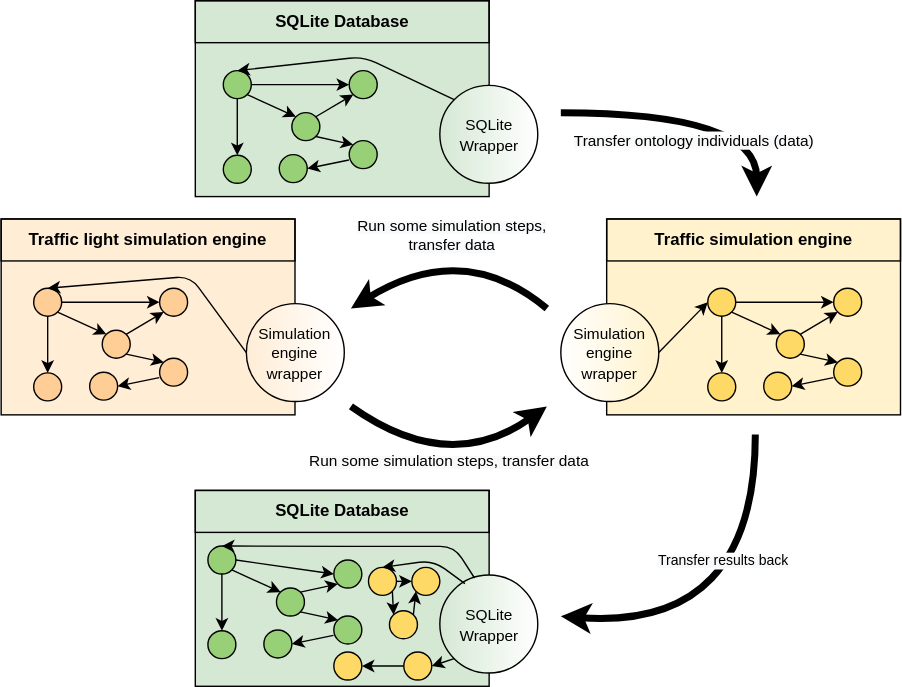
Earlier version of the draw.io export docs/source/_static/img/wrappers_coupled.svg (simphony/docs). Source tidied: cells renumbered, new cells last; positions are measured from the earlier drawing's top-left corner, leaving out a move shared by most shapes.
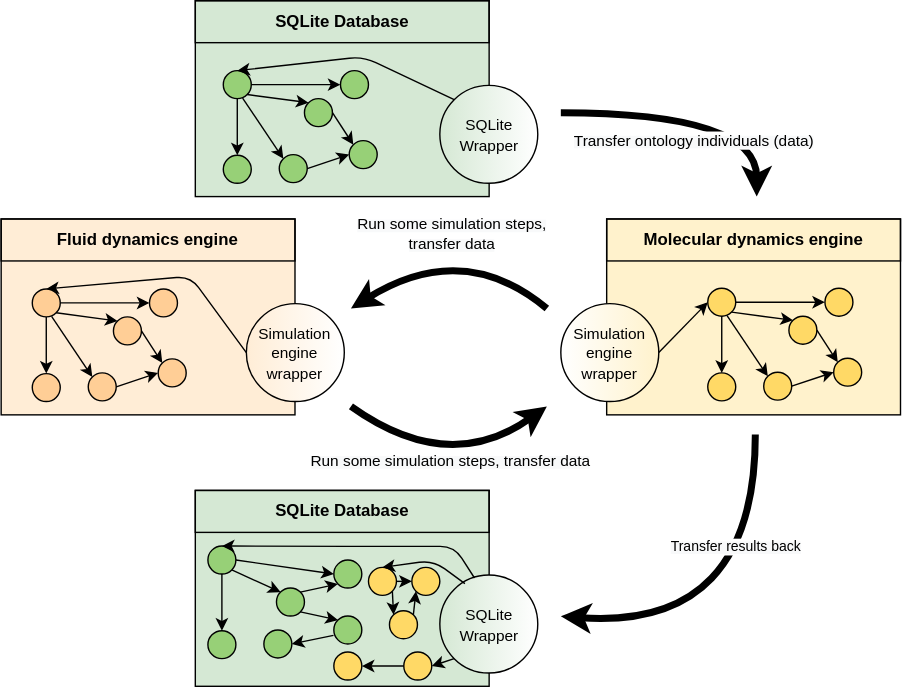
The same diagram one commit later.

What changed in the source:
```diff
@@ -17,14 +17,14 @@
     <mxCell id="6" value="SQLite Database" style="text;html=1;align=center;verticalAlign=middle;whiteSpace=wrap;rounded=0;labelBackgroundColor=none;fontStyle=1;strokeColor=#000000;" parent="1" vertex="1">
       <mxGeometry x="138.8" width="210" height="30" as="geometry" />
     </mxCell>
-    <mxCell id="7" value="Traffic simulation engine" style="text;html=1;align=center;verticalAlign=middle;whiteSpace=wrap;rounded=0;labelBackgroundColor=none;fontStyle=1;strokeColor=#000000;" parent="1" vertex="1">
+    <mxCell id="7" value="Molecular dynamics engine" style="text;html=1;align=center;verticalAlign=middle;whiteSpace=wrap;rounded=0;labelBackgroundColor=none;fontStyle=1;strokeColor=#000000;" parent="1" vertex="1">
       <mxGeometry x="432.8" y="156" width="210" height="30" as="geometry" />
     </mxCell>
     <mxCell id="8" value="&lt;font style=&quot;font-size: 11px&quot;&gt;SQLite Wrapper&lt;/font&gt;" style="ellipse;whiteSpace=wrap;html=1;gradientDirection=west;gradientColor=#D5E8D4;fillColor=#FFFFFF;" parent="1" vertex="1">
       <mxGeometry x="313.5" y="60.5" width="70" height="70" as="geometry" />
     </mxCell>
     <mxCell id="9" style="ellipse;whiteSpace=wrap;html=1;fillColor=#97D077;" parent="1" vertex="1">
-      <mxGeometry x="248.8" y="50" width="20" height="20" as="geometry" />
+      <mxGeometry x="242.5" y="50" width="20" height="20" as="geometry" />
     </mxCell>
     <mxCell id="10" style="ellipse;whiteSpace=wrap;html=1;fillColor=#97D077;" parent="1" vertex="1">
       <mxGeometry x="198.8" y="110" width="20" height="20" as="geometry" />
@@ -33,7 +33,7 @@
       <mxGeometry x="248.8" y="100" width="20" height="20" as="geometry" />
     </mxCell>
     <mxCell id="12" style="ellipse;whiteSpace=wrap;html=1;fillColor=#97D077;" parent="1" vertex="1">
-      <mxGeometry x="207.8" y="80" width="20" height="20" as="geometry" />
+      <mxGeometry x="216.8" y="70" width="20" height="20" as="geometry" />
     </mxCell>
     <mxCell id="13" style="ellipse;whiteSpace=wrap;html=1;fillColor=#97D077;" parent="1" vertex="1">
       <mxGeometry x="158.8" y="110.5" width="20" height="20" as="geometry" />
@@ -44,10 +44,10 @@
     <mxCell id="15" style="endArrow=classic;html=1;exitX=1;exitY=0.5;exitDx=0;exitDy=0;entryX=0;entryY=0.5;entryDx=0;entryDy=0;" parent="1" edge="1" source="4" target="9">
       <mxGeometry relative="1" as="geometry" />
     </mxCell>
-    <mxCell id="16" style="endArrow=classic;html=1;exitX=1;exitY=0;exitDx=0;exitDy=0;entryX=0;entryY=1;entryDx=0;entryDy=0;" parent="1" edge="1" source="12" target="9">
+    <mxCell id="16" style="endArrow=classic;html=1;exitX=1;exitY=0.5;exitDx=0;exitDy=0;entryX=0;entryY=0;entryDx=0;entryDy=0;" parent="1" edge="1" source="12" target="11">
       <mxGeometry relative="1" as="geometry" />
     </mxCell>
-    <mxCell id="17" style="endArrow=classic;html=1;exitX=1;exitY=1;exitDx=0;exitDy=0;entryX=0;entryY=0;entryDx=0;entryDy=0;" parent="1" edge="1" source="12" target="11">
+    <mxCell id="17" style="endArrow=classic;html=1;exitX=0.69;exitY=0.981;exitDx=0;exitDy=0;entryX=0;entryY=0;entryDx=0;entryDy=0;exitPerimeter=0;" parent="1" edge="1" source="4" target="10">
       <mxGeometry relative="1" as="geometry" />
     </mxCell>
     <mxCell id="18" style="endArrow=classic;html=1;fontSize=6;exitX=0.5;exitY=1;exitDx=0;exitDy=0;entryX=0.5;entryY=0;entryDx=0;entryDy=0;" parent="1" edge="1" source="4" target="13">
@@ -60,45 +60,9 @@
         </Array>
       </mxGeometry>
     </mxCell>
-    <mxCell id="20" style="endArrow=classic;html=1;fontSize=6;entryX=1;entryY=0.5;entryDx=0;entryDy=0;exitX=-0.012;exitY=0.693;exitDx=0;exitDy=0;exitPerimeter=0;" parent="1" edge="1" source="11" target="10">
+    <mxCell id="20" style="endArrow=classic;html=1;fontSize=6;entryX=0;entryY=0.5;entryDx=0;entryDy=0;exitX=1;exitY=0.5;exitDx=0;exitDy=0;" parent="1" edge="1" source="10" target="11">
       <mxGeometry relative="1" as="geometry" />
     </mxCell>
-    <mxCell id="21" style="ellipse;whiteSpace=wrap;html=1;fillColor=#FFD966;" parent="1" vertex="1">
-      <mxGeometry x="505" y="205.5" width="20" height="20" as="geometry" />
-    </mxCell>
-    <mxCell id="22" style="ellipse;whiteSpace=wrap;html=1;fillColor=#FFD966;" parent="1" vertex="1">
-      <mxGeometry x="595" y="205.5" width="20" height="20" as="geometry" />
-    </mxCell>
-    <mxCell id="23" style="ellipse;whiteSpace=wrap;html=1;fillColor=#FFD966;" parent="1" vertex="1">
-      <mxGeometry x="545" y="265.5" width="20" height="20" as="geometry" />
-    </mxCell>
-    <mxCell id="24" style="ellipse;whiteSpace=wrap;html=1;fillColor=#FFD966;" parent="1" vertex="1">
-      <mxGeometry x="595" y="255.5" width="20" height="20" as="geometry" />
-    </mxCell>
-    <mxCell id="25" style="ellipse;whiteSpace=wrap;html=1;fillColor=#FFD966;" parent="1" vertex="1">
-      <mxGeometry x="554" y="235.5" width="20" height="20" as="geometry" />
-    </mxCell>
-    <mxCell id="26" style="ellipse;whiteSpace=wrap;html=1;fillColor=#FFD966;" parent="1" vertex="1">
-      <mxGeometry x="505" y="266" width="20" height="20" as="geometry" />
-    </mxCell>
-    <mxCell id="27" style="endArrow=classic;html=1;entryX=0;entryY=0;entryDx=0;entryDy=0;exitX=1;exitY=1;exitDx=0;exitDy=0;" parent="1" edge="1" source="21" target="25">
-      <mxGeometry relative="1" as="geometry" />
-    </mxCell>
-    <mxCell id="28" style="endArrow=classic;html=1;exitX=1;exitY=0.5;exitDx=0;exitDy=0;entryX=0;entryY=0.5;entryDx=0;entryDy=0;" parent="1" edge="1" source="21" target="22">
-      <mxGeometry relative="1" as="geometry" />
-    </mxCell>
-    <mxCell id="29" style="endArrow=classic;html=1;exitX=1;exitY=0;exitDx=0;exitDy=0;entryX=0;entryY=1;entryDx=0;entryDy=0;" parent="1" edge="1" source="25" target="22">
-      <mxGeometry relative="1" as="geometry" />
-    </mxCell>
-    <mxCell id="30" style="endArrow=classic;html=1;exitX=1;exitY=1;exitDx=0;exitDy=0;entryX=0;entryY=0;entryDx=0;entryDy=0;" parent="1" edge="1" source="25" target="24">
-      <mxGeometry relative="1" as="geometry" />
-    </mxCell>
-    <mxCell id="31" style="endArrow=classic;html=1;fontSize=6;exitX=0.5;exitY=1;exitDx=0;exitDy=0;entryX=0.5;entryY=0;entryDx=0;entryDy=0;" parent="1" edge="1" source="21" target="26">
-      <mxGeometry relative="1" as="geometry" />
-    </mxCell>
-    <mxCell id="32" style="endArrow=classic;html=1;fontSize=6;entryX=1;entryY=0.5;entryDx=0;entryDy=0;exitX=-0.012;exitY=0.693;exitDx=0;exitDy=0;exitPerimeter=0;" parent="1" edge="1" source="24" target="23">
-      <mxGeometry relative="1" as="geometry" />
-    </mxCell>
     <mxCell id="33" style="curved=1;endArrow=classic;html=1;fontSize=6;strokeWidth=5;" parent="1" edge="1">
       <mxGeometry relative="1" as="geometry">
         <mxPoint x="400" y="80" as="sourcePoint" />
@@ -177,7 +141,7 @@
     </mxCell>
     <mxCell id="52" value="&lt;span style=&quot;background-color: rgb(248 , 249 , 250)&quot;&gt;&lt;font style=&quot;font-size: 10px&quot;&gt;Transfer results back&lt;br&gt;&lt;/font&gt;&lt;/span&gt;" style="edgeLabel;html=1;align=center;verticalAlign=middle;fontSize=8;spacingTop=-31;" parent="51" vertex="1">
       <mxGeometry x="0.14" y="-18" relative="1" as="geometry">
-        <mxPoint x="-6.3" y="-15.7" as="offset" />
+        <mxPoint x="4.1" y="-25.7" as="offset" />
       </mxGeometry>
     </mxCell>
     <mxCell id="53" style="ellipse;whiteSpace=wrap;html=1;fillColor=#FFD966;" parent="1" vertex="1">
@@ -226,46 +190,10 @@
     <mxCell id="66" value="&lt;font style=&quot;font-size: 11px&quot;&gt;Simulation engine wrapper&lt;/font&gt;" style="ellipse;whiteSpace=wrap;html=1;gradientColor=#ffffff;gradientDirection=east;fillColor=#FFEDD6;" parent="1" vertex="1">
       <mxGeometry x="175.2" y="216.5" width="70" height="70" as="geometry" />
     </mxCell>
-    <mxCell id="67" value="Traffic light simulation engine" style="text;html=1;align=center;verticalAlign=middle;whiteSpace=wrap;rounded=0;labelBackgroundColor=none;fontStyle=1;strokeColor=#000000;" parent="1" vertex="1">
+    <mxCell id="67" value="Fluid dynamics engine" style="text;html=1;align=center;verticalAlign=middle;whiteSpace=wrap;rounded=0;labelBackgroundColor=none;fontStyle=1;strokeColor=#000000;" parent="1" vertex="1">
       <mxGeometry y="156" width="210" height="30" as="geometry" />
     </mxCell>
-    <mxCell id="68" style="ellipse;whiteSpace=wrap;html=1;fillColor=#FFCE96;" parent="1" vertex="1">
-      <mxGeometry x="23.2" y="205.5" width="20" height="20" as="geometry" />
-    </mxCell>
-    <mxCell id="69" style="ellipse;whiteSpace=wrap;html=1;fillColor=#FFCE96;" parent="1" vertex="1">
-      <mxGeometry x="113.2" y="205.5" width="20" height="20" as="geometry" />
-    </mxCell>
-    <mxCell id="70" style="ellipse;whiteSpace=wrap;html=1;fillColor=#FFCE96;" parent="1" vertex="1">
-      <mxGeometry x="63.2" y="265.5" width="20" height="20" as="geometry" />
-    </mxCell>
-    <mxCell id="71" style="ellipse;whiteSpace=wrap;html=1;fillColor=#FFCE96;" parent="1" vertex="1">
-      <mxGeometry x="113.2" y="255.5" width="20" height="20" as="geometry" />
-    </mxCell>
-    <mxCell id="72" style="ellipse;whiteSpace=wrap;html=1;fillColor=#FFCE96;" parent="1" vertex="1">
-      <mxGeometry x="72.2" y="235.5" width="20" height="20" as="geometry" />
-    </mxCell>
-    <mxCell id="73" style="ellipse;whiteSpace=wrap;html=1;fillColor=#FFCE96;" parent="1" vertex="1">
-      <mxGeometry x="23.2" y="266" width="20" height="20" as="geometry" />
-    </mxCell>
-    <mxCell id="74" style="endArrow=classic;html=1;entryX=0;entryY=0;entryDx=0;entryDy=0;exitX=1;exitY=1;exitDx=0;exitDy=0;" parent="1" edge="1" source="68" target="72">
-      <mxGeometry relative="1" as="geometry" />
-    </mxCell>
-    <mxCell id="75" style="endArrow=classic;html=1;exitX=1;exitY=0.5;exitDx=0;exitDy=0;entryX=0;entryY=0.5;entryDx=0;entryDy=0;" parent="1" edge="1" source="68" target="69">
-      <mxGeometry relative="1" as="geometry" />
-    </mxCell>
-    <mxCell id="76" style="endArrow=classic;html=1;exitX=1;exitY=0;exitDx=0;exitDy=0;entryX=0;entryY=1;entryDx=0;entryDy=0;" parent="1" edge="1" source="72" target="69">
-      <mxGeometry relative="1" as="geometry" />
-    </mxCell>
-    <mxCell id="77" style="endArrow=classic;html=1;exitX=1;exitY=1;exitDx=0;exitDy=0;entryX=0;entryY=0;entryDx=0;entryDy=0;" parent="1" edge="1" source="72" target="71">
-      <mxGeometry relative="1" as="geometry" />
-    </mxCell>
-    <mxCell id="78" style="endArrow=classic;html=1;fontSize=6;exitX=0.5;exitY=1;exitDx=0;exitDy=0;entryX=0.5;entryY=0;entryDx=0;entryDy=0;" parent="1" edge="1" source="68" target="73">
-      <mxGeometry relative="1" as="geometry" />
-    </mxCell>
-    <mxCell id="79" style="endArrow=classic;html=1;fontSize=6;entryX=1;entryY=0.5;entryDx=0;entryDy=0;exitX=-0.012;exitY=0.693;exitDx=0;exitDy=0;exitPerimeter=0;" parent="1" edge="1" source="71" target="70">
-      <mxGeometry relative="1" as="geometry" />
-    </mxCell>
-    <mxCell id="80" style="endArrow=classic;html=1;exitX=0;exitY=0.5;exitDx=0;exitDy=0;entryX=0.5;entryY=0;entryDx=0;entryDy=0;" parent="1" edge="1" source="66" target="68">
+    <mxCell id="80" style="endArrow=classic;html=1;exitX=0;exitY=0.5;exitDx=0;exitDy=0;entryX=0.5;entryY=0;entryDx=0;entryDy=0;" parent="1" edge="1" source="66" target="92">
       <mxGeometry relative="1" as="geometry">
         <Array as="points">
           <mxPoint x="135.2" y="197" />
@@ -300,5 +228,77 @@
         <mxPoint x="-20.2" y="-7.7" as="offset" />
       </mxGeometry>
     </mxCell>
+    <mxCell id="21" style="ellipse;whiteSpace=wrap;html=1;fillColor=#FFD966;" parent="1" vertex="1">
+      <mxGeometry x="505" y="205.5" width="20" height="20" as="geometry" />
+    </mxCell>
+    <mxCell id="85" style="ellipse;whiteSpace=wrap;html=1;fillColor=#FFD966;" parent="1" vertex="1">
+      <mxGeometry x="588.8" y="205.5" width="20" height="20" as="geometry" />
+    </mxCell>
+    <mxCell id="23" style="ellipse;whiteSpace=wrap;html=1;fillColor=#FFD966;" parent="1" vertex="1">
+      <mxGeometry x="545" y="265.5" width="20" height="20" as="geometry" />
+    </mxCell>
+    <mxCell id="24" style="ellipse;whiteSpace=wrap;html=1;fillColor=#FFD966;" parent="1" vertex="1">
+      <mxGeometry x="595" y="255.5" width="20" height="20" as="geometry" />
+    </mxCell>
+    <mxCell id="86" style="ellipse;whiteSpace=wrap;html=1;fillColor=#FFD966;" parent="1" vertex="1">
+      <mxGeometry x="563" y="225.5" width="20" height="20" as="geometry" />
+    </mxCell>
+    <mxCell id="26" style="ellipse;whiteSpace=wrap;html=1;fillColor=#FFD966;" parent="1" vertex="1">
+      <mxGeometry x="505" y="266" width="20" height="20" as="geometry" />
+    </mxCell>
+    <mxCell id="87" style="endArrow=classic;html=1;entryX=0;entryY=0;entryDx=0;entryDy=0;exitX=1;exitY=1;exitDx=0;exitDy=0;" parent="1" edge="1" source="21" target="86">
+      <mxGeometry relative="1" as="geometry" />
+    </mxCell>
+    <mxCell id="88" style="endArrow=classic;html=1;exitX=1;exitY=0.5;exitDx=0;exitDy=0;entryX=0;entryY=0.5;entryDx=0;entryDy=0;" parent="1" edge="1" source="21" target="85">
+      <mxGeometry relative="1" as="geometry" />
+    </mxCell>
+    <mxCell id="89" style="endArrow=classic;html=1;exitX=1;exitY=0.5;exitDx=0;exitDy=0;entryX=0;entryY=0;entryDx=0;entryDy=0;" parent="1" edge="1" source="86" target="24">
+      <mxGeometry relative="1" as="geometry" />
+    </mxCell>
+    <mxCell id="90" style="endArrow=classic;html=1;exitX=0.69;exitY=0.981;exitDx=0;exitDy=0;entryX=0;entryY=0;entryDx=0;entryDy=0;exitPerimeter=0;" parent="1" edge="1" source="21" target="23">
+      <mxGeometry relative="1" as="geometry" />
+    </mxCell>
+    <mxCell id="31" style="endArrow=classic;html=1;fontSize=6;exitX=0.5;exitY=1;exitDx=0;exitDy=0;entryX=0.5;entryY=0;entryDx=0;entryDy=0;" parent="1" edge="1" source="21" target="26">
+      <mxGeometry relative="1" as="geometry" />
+    </mxCell>
+    <mxCell id="91" style="endArrow=classic;html=1;fontSize=6;entryX=0;entryY=0.5;entryDx=0;entryDy=0;exitX=1;exitY=0.5;exitDx=0;exitDy=0;" parent="1" edge="1" source="23" target="24">
+      <mxGeometry relative="1" as="geometry" />
+    </mxCell>
+    <mxCell id="92" style="ellipse;whiteSpace=wrap;html=1;fillColor=#FFCE96;" parent="1" vertex="1">
+      <mxGeometry x="22.2" y="206" width="20" height="20" as="geometry" />
+    </mxCell>
+    <mxCell id="93" style="ellipse;whiteSpace=wrap;html=1;fillColor=#FFCE96;" parent="1" vertex="1">
+      <mxGeometry x="106" y="206" width="20" height="20" as="geometry" />
+    </mxCell>
+    <mxCell id="94" style="ellipse;whiteSpace=wrap;html=1;fillColor=#FFCE96;" parent="1" vertex="1">
+      <mxGeometry x="62.2" y="266" width="20" height="20" as="geometry" />
+    </mxCell>
+    <mxCell id="95" style="ellipse;whiteSpace=wrap;html=1;fillColor=#FFCE96;" parent="1" vertex="1">
+      <mxGeometry x="112.2" y="256" width="20" height="20" as="geometry" />
+    </mxCell>
+    <mxCell id="96" style="ellipse;whiteSpace=wrap;html=1;fillColor=#FFCE96;" parent="1" vertex="1">
+      <mxGeometry x="80.2" y="226" width="20" height="20" as="geometry" />
+    </mxCell>
+    <mxCell id="97" style="ellipse;whiteSpace=wrap;html=1;fillColor=#FFCE96;" parent="1" vertex="1">
+      <mxGeometry x="22.2" y="266.5" width="20" height="20" as="geometry" />
+    </mxCell>
+    <mxCell id="98" style="endArrow=classic;html=1;entryX=0;entryY=0;entryDx=0;entryDy=0;exitX=1;exitY=1;exitDx=0;exitDy=0;" parent="1" edge="1" source="92" target="96">
+      <mxGeometry relative="1" as="geometry" />
+    </mxCell>
+    <mxCell id="99" style="endArrow=classic;html=1;exitX=1;exitY=0.5;exitDx=0;exitDy=0;entryX=0;entryY=0.5;entryDx=0;entryDy=0;" parent="1" edge="1" source="92" target="93">
+      <mxGeometry relative="1" as="geometry" />
+    </mxCell>
+    <mxCell id="100" style="endArrow=classic;html=1;exitX=1;exitY=0.5;exitDx=0;exitDy=0;entryX=0;entryY=0;entryDx=0;entryDy=0;" parent="1" edge="1" source="96" target="95">
+      <mxGeometry relative="1" as="geometry" />
+    </mxCell>
+    <mxCell id="101" style="endArrow=classic;html=1;exitX=0.69;exitY=0.981;exitDx=0;exitDy=0;entryX=0;entryY=0;entryDx=0;entryDy=0;exitPerimeter=0;" parent="1" edge="1" source="92" target="94">
+      <mxGeometry relative="1" as="geometry" />
+    </mxCell>
+    <mxCell id="102" style="endArrow=classic;html=1;fontSize=6;exitX=0.5;exitY=1;exitDx=0;exitDy=0;entryX=0.5;entryY=0;entryDx=0;entryDy=0;" parent="1" edge="1" source="92" target="97">
+      <mxGeometry relative="1" as="geometry" />
+    </mxCell>
+    <mxCell id="103" style="endArrow=classic;html=1;fontSize=6;entryX=0;entryY=0.5;entryDx=0;entryDy=0;exitX=1;exitY=0.5;exitDx=0;exitDy=0;" parent="1" edge="1" source="94" target="95">
+      <mxGeometry relative="1" as="geometry" />
+    </mxCell>
   </root>
 </mxGraphModel>
```
